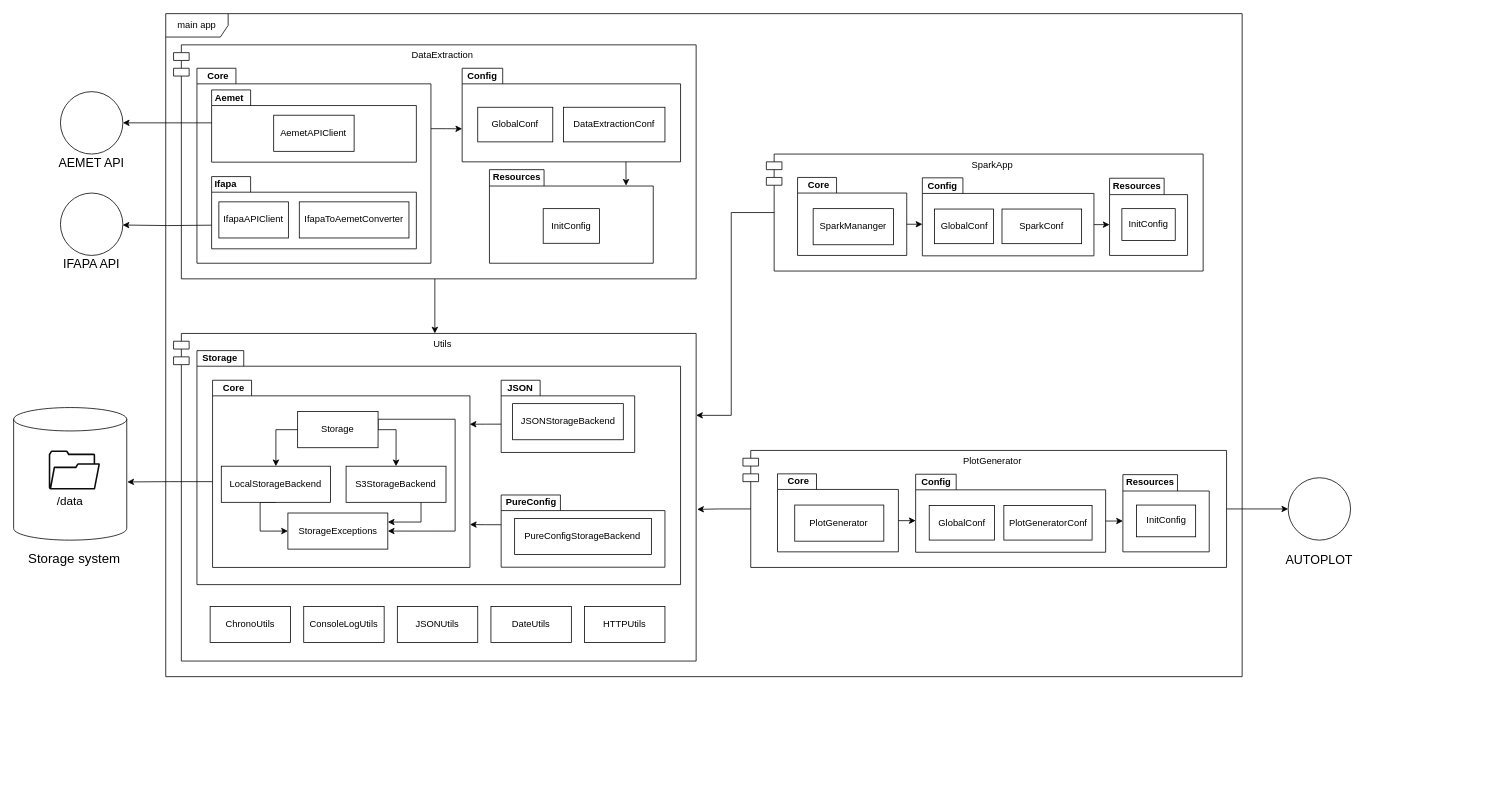
Before: big-data-core/documentation/plantuml/global/general_components.drawio in cfkr-dev/aemet_spark_study, a draw.io diagram. Source tidied: cells renumbered, new cells numbered last; positions are measured from the earlier drawing's top-left corner, leaving out a move shared by most shapes. Both pictures are drawn from the tidied source at 78%, with x=0, y=0 at pixel (13, 13).
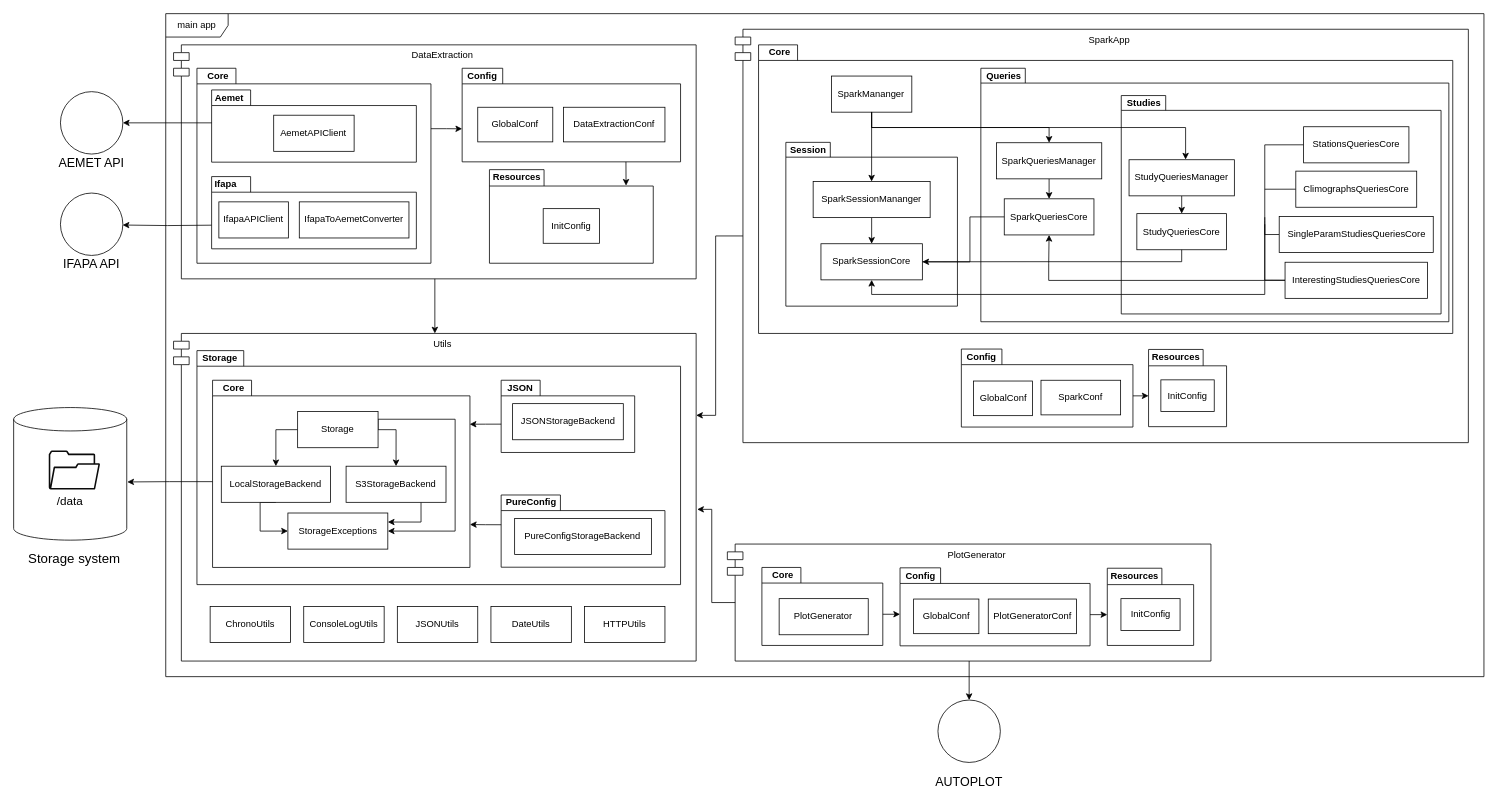
The same page after the edit.

The change refers to these unchanged cells:
```xml
<mxCell id="34" value="PlotGenerator" style="shape=module;align=left;spacingLeft=20;align=center;verticalAlign=top;whiteSpace=wrap;html=1;" parent="33" vertex="1">
  <mxGeometry width="620" height="150" as="geometry" />
</mxCell>
<mxCell id="45" value="Utils" style="shape=module;align=left;spacingLeft=20;align=center;verticalAlign=top;whiteSpace=wrap;html=1;" parent="1" vertex="1">
  <mxGeometry x="205" y="410" width="670" height="420" as="geometry" />
</mxCell>
```

Change to the diagram source:
```diff
@@
     <mxCell id="2" value="main app" style="shape=umlFrame;whiteSpace=wrap;html=1;width=80;height=30;" parent="1" vertex="1">
-      <mxGeometry x="195" width="1380" height="850" as="geometry" />
+      <mxGeometry x="195" width="1690" height="850" as="geometry" />
     </mxCell>
@@
-    <mxCell id="21" style="group;" parent="1" vertex="1">
-      <mxGeometry x="965" y="180" width="560" height="150" as="geometry" />
-    </mxCell>
-    <mxCell id="22" value="SparkApp" style="shape=module;align=left;spacingLeft=20;align=center;verticalAlign=top;whiteSpace=wrap;html=1;" parent="21" vertex="1">
-      <mxGeometry width="560" height="150" as="geometry" />
-    </mxCell>
-    <mxCell id="23" style="group;" parent="21" vertex="1">
-      <mxGeometry x="200" y="20.5" width="220" height="120" as="geometry" />
-    </mxCell>
-    <mxCell id="24" value="Config" style="shape=folder;fontStyle=1;spacingTop=10;tabWidth=52;tabHeight=20;tabPosition=left;html=1;whiteSpace=wrap;labelPosition=left;verticalLabelPosition=top;align=right;verticalAlign=bottom;spacingLeft=0;spacingBottom=-19;spacingRight=-47;" parent="23" vertex="1">
-      <mxGeometry y="10" width="220" height="100" as="geometry" />
-    </mxCell>
-    <mxCell id="25" value="GlobalConf" style="html=1;whiteSpace=wrap;" parent="23" vertex="1">
-      <mxGeometry x="15.7" y="50" width="75.6" height="44.4" as="geometry" />
-    </mxCell>
-    <mxCell id="26" value="SparkConf" style="html=1;whiteSpace=wrap;" parent="23" vertex="1">
-      <mxGeometry x="102.1" y="50" width="102.1" height="44.4" as="geometry" />
-    </mxCell>
-    <mxCell id="27" value="Core" style="shape=folder;fontStyle=1;spacingTop=10;tabWidth=50;tabHeight=20;tabPosition=left;html=1;whiteSpace=wrap;labelPosition=left;verticalLabelPosition=top;align=right;verticalAlign=bottom;spacingLeft=0;spacingBottom=-19;spacingRight=-43;" parent="21" vertex="1">
-      <mxGeometry x="40" y="30" width="140" height="100" as="geometry" />
-    </mxCell>
-    <mxCell id="28" value="SparkMananger" style="html=1;whiteSpace=wrap;" parent="21" vertex="1">
-      <mxGeometry x="60" y="70" width="103.1" height="46.3" as="geometry" />
-    </mxCell>
-    <mxCell id="29" value="Resources" style="shape=folder;fontStyle=1;spacingTop=10;tabWidth=70;tabHeight=21;tabPosition=left;html=1;whiteSpace=wrap;labelPosition=left;verticalLabelPosition=top;align=right;verticalAlign=bottom;spacingLeft=0;spacingBottom=-19;spacingRight=-68;" parent="21" vertex="1">
-      <mxGeometry x="440" y="31" width="100" height="99" as="geometry" />
-    </mxCell>
-    <mxCell id="30" value="InitConfig" style="html=1;whiteSpace=wrap;" parent="21" vertex="1">
-      <mxGeometry x="455.8" y="70" width="68.4" height="40.7" as="geometry" />
-    </mxCell>
-    <mxCell id="31" style="edgeStyle=orthogonalEdgeStyle;rounded=0;jettySize=auto;html=1;exitX=0;exitY=0;exitDx=140;exitDy=60;exitPerimeter=0;entryX=0;entryY=0;entryDx=0;entryDy=60;entryPerimeter=0;" parent="21" edge="1" source="27" target="24">
-      <mxGeometry relative="1" as="geometry" />
-    </mxCell>
-    <mxCell id="32" style="edgeStyle=orthogonalEdgeStyle;rounded=0;jettySize=auto;html=1;exitX=0;exitY=0;exitDx=220;exitDy=60;exitPerimeter=0;entryX=0;entryY=0;entryDx=0;entryDy=60;entryPerimeter=0;" parent="21" edge="1" source="24" target="29">
-      <mxGeometry relative="1" as="geometry" />
-    </mxCell>
     <mxCell id="33" style="group;" parent="1" vertex="1">
-      <mxGeometry x="935" y="560" width="620" height="150" as="geometry" />
+      <mxGeometry x="915" y="680" width="620" height="150" as="geometry" />
     </mxCell>
@@
-    <mxCell id="73" style="edgeStyle=orthogonalEdgeStyle;rounded=0;jettySize=auto;html=1;exitX=0;exitY=0.5;exitDx=10;exitDy=0;exitPerimeter=0;entryX=1;entryY=0.25;entryDx=0;entryDy=0;" parent="1" edge="1" source="22" target="45">
-      <mxGeometry relative="1" as="geometry" />
-    </mxCell>
@@
     <mxCell id="78" style="ellipse;whiteSpace=wrap;html=1;" parent="1" vertex="1">
-      <mxGeometry x="1634" y="595" width="80" height="80" as="geometry" />
+      <mxGeometry x="1185" y="880" width="80" height="80" as="geometry" />
     </mxCell>
     <mxCell id="79" value="AUTOPLOT" style="text;html=1;whiteSpace=wrap;strokeColor=none;fillColor=none;align=center;verticalAlign=middle;rounded=0;fontSize=16;" parent="1" vertex="1">
-      <mxGeometry x="1629" y="685" width="90" height="30" as="geometry" />
+      <mxGeometry x="1180" y="970" width="90" height="30" as="geometry" />
     </mxCell>
-    <mxCell id="80" style="edgeStyle=orthogonalEdgeStyle;rounded=0;jettySize=auto;html=1;exitX=1;exitY=0.5;exitDx=0;exitDy=0;entryX=0;entryY=0.5;entryDx=0;entryDy=0;" parent="1" edge="1" source="34" target="78">
-      <mxGeometry relative="1" as="geometry" />
-    </mxCell>
@@
+    <mxCell id="73" style="edgeStyle=orthogonalEdgeStyle;rounded=0;jettySize=auto;html=1;exitX=0;exitY=0.5;exitDx=10;exitDy=0;exitPerimeter=0;entryX=1;entryY=0.25;entryDx=0;entryDy=0;" parent="1" edge="1" source="22" target="45">
+      <mxGeometry relative="1" as="geometry" />
+    </mxCell>
+    <mxCell id="22" value="SparkApp" style="shape=module;align=left;spacingLeft=20;align=center;verticalAlign=top;whiteSpace=wrap;html=1;" parent="1" vertex="1">
+      <mxGeometry x="925" y="20" width="940" height="530" as="geometry" />
+    </mxCell>
+    <mxCell id="88" style="group;" parent="1" vertex="1">
+      <mxGeometry x="1215" y="420" width="220" height="120" as="geometry" />
+    </mxCell>
+    <mxCell id="24" value="Config" style="shape=folder;fontStyle=1;spacingTop=10;tabWidth=52;tabHeight=20;tabPosition=left;html=1;whiteSpace=wrap;labelPosition=left;verticalLabelPosition=top;align=right;verticalAlign=bottom;spacingLeft=0;spacingBottom=-19;spacingRight=-47;" parent="88" vertex="1">
+      <mxGeometry y="10" width="220" height="100" as="geometry" />
+    </mxCell>
+    <mxCell id="25" value="GlobalConf" style="html=1;whiteSpace=wrap;" parent="88" vertex="1">
+      <mxGeometry x="15.7" y="51" width="75.6" height="44.4" as="geometry" />
+    </mxCell>
+    <mxCell id="26" value="SparkConf" style="html=1;whiteSpace=wrap;" parent="88" vertex="1">
+      <mxGeometry x="102.1" y="50" width="102.1" height="44.4" as="geometry" />
+    </mxCell>
+    <mxCell id="29" value="Resources" style="shape=folder;fontStyle=1;spacingTop=10;tabWidth=70;tabHeight=21;tabPosition=left;html=1;whiteSpace=wrap;labelPosition=left;verticalLabelPosition=top;align=right;verticalAlign=bottom;spacingLeft=0;spacingBottom=-19;spacingRight=-68;" parent="1" vertex="1">
+      <mxGeometry x="1455" y="430.5" width="100" height="99" as="geometry" />
+    </mxCell>
+    <mxCell id="30" value="InitConfig" style="html=1;whiteSpace=wrap;" parent="1" vertex="1">
+      <mxGeometry x="1470.8" y="469.5" width="68.4" height="40.7" as="geometry" />
+    </mxCell>
+    <mxCell id="32" style="edgeStyle=orthogonalEdgeStyle;rounded=0;jettySize=auto;html=1;exitX=0;exitY=0;exitDx=220;exitDy=60;exitPerimeter=0;entryX=0;entryY=0;entryDx=0;entryDy=60;entryPerimeter=0;" parent="1" edge="1" source="24" target="29">
+      <mxGeometry relative="1" as="geometry" />
+    </mxCell>
+    <mxCell id="89" style="group;" parent="1" vertex="1">
+      <mxGeometry x="955" y="40" width="890" height="370" as="geometry" />
+    </mxCell>
+    <mxCell id="27" value="Core" style="shape=folder;fontStyle=1;spacingTop=10;tabWidth=50;tabHeight=20;tabPosition=left;html=1;whiteSpace=wrap;labelPosition=left;verticalLabelPosition=top;align=right;verticalAlign=bottom;spacingLeft=0;spacingBottom=-19;spacingRight=-43;" parent="89" vertex="1">
+      <mxGeometry width="890" height="370" as="geometry" />
+    </mxCell>
+    <mxCell id="28" value="SparkMananger" style="html=1;whiteSpace=wrap;" parent="89" vertex="1">
+      <mxGeometry x="93.4" y="40" width="103.1" height="46.3" as="geometry" />
+    </mxCell>
+    <mxCell id="90" style="group;" parent="89" vertex="1">
+      <mxGeometry x="35" y="145" width="220" height="190" as="geometry" />
+    </mxCell>
+    <mxCell id="91" value="Session" style="shape=folder;fontStyle=1;spacingTop=10;tabWidth=57;tabHeight=19;tabPosition=left;html=1;whiteSpace=wrap;labelPosition=left;verticalLabelPosition=top;align=right;verticalAlign=bottom;spacingLeft=0;spacingBottom=-19;spacingRight=-54;" parent="90" vertex="1">
+      <mxGeometry y="-20" width="220" height="210" as="geometry" />
+    </mxCell>
+    <mxCell id="92" value="SparkSessionCore" style="html=1;whiteSpace=wrap;" parent="90" vertex="1">
+      <mxGeometry x="45" y="110" width="130" height="46.3" as="geometry" />
+    </mxCell>
+    <mxCell id="93" style="edgeStyle=orthogonalEdgeStyle;rounded=0;jettySize=auto;html=1;exitX=0.5;exitY=1;exitDx=0;exitDy=0;entryX=0.5;entryY=0;entryDx=0;entryDy=0;" parent="90" edge="1" source="94" target="92">
+      <mxGeometry relative="1" as="geometry" />
+    </mxCell>
+    <mxCell id="94" value="SparkSessionMananger" style="html=1;whiteSpace=wrap;" parent="90" vertex="1">
+      <mxGeometry x="35" y="30.2" width="150" height="46.3" as="geometry" />
+    </mxCell>
+    <mxCell id="95" value="Queries" style="shape=folder;fontStyle=1;spacingTop=10;tabWidth=57;tabHeight=19;tabPosition=left;html=1;whiteSpace=wrap;labelPosition=left;verticalLabelPosition=top;align=right;verticalAlign=bottom;spacingLeft=0;spacingBottom=-19;spacingRight=-54;" parent="89" vertex="1">
+      <mxGeometry x="285" y="30" width="600" height="325" as="geometry" />
+    </mxCell>
+    <mxCell id="96" value="Studies" style="shape=folder;fontStyle=1;spacingTop=10;tabWidth=57;tabHeight=19;tabPosition=left;html=1;whiteSpace=wrap;labelPosition=left;verticalLabelPosition=top;align=right;verticalAlign=bottom;spacingLeft=0;spacingBottom=-19;spacingRight=-53;" parent="89" vertex="1">
+      <mxGeometry x="465" y="65" width="410" height="280" as="geometry" />
+    </mxCell>
+    <mxCell id="97" value="SparkQueriesCore" style="html=1;whiteSpace=wrap;" parent="89" vertex="1">
+      <mxGeometry x="315" y="197.4" width="115" height="46.3" as="geometry" />
+    </mxCell>
+    <mxCell id="98" style="edgeStyle=orthogonalEdgeStyle;rounded=0;jettySize=auto;html=1;exitX=0.5;exitY=1;exitDx=0;exitDy=0;entryX=0.5;entryY=0;entryDx=0;entryDy=0;" parent="89" edge="1" source="99" target="97">
+      <mxGeometry relative="1" as="geometry" />
+    </mxCell>
+    <mxCell id="99" value="SparkQueriesManager" style="html=1;whiteSpace=wrap;" parent="89" vertex="1">
+      <mxGeometry x="305" y="125.5" width="135" height="46.3" as="geometry" />
+    </mxCell>
+    <mxCell id="100" value="StudyQueriesCore" style="html=1;whiteSpace=wrap;" parent="89" vertex="1">
+      <mxGeometry x="485" y="216.4" width="115" height="46.3" as="geometry" />
+    </mxCell>
+    <mxCell id="101" style="edgeStyle=orthogonalEdgeStyle;rounded=0;jettySize=auto;html=1;exitX=0.5;exitY=1;exitDx=0;exitDy=0;entryX=0.5;entryY=0;entryDx=0;entryDy=0;" parent="89" edge="1" source="102" target="100">
+      <mxGeometry relative="1" as="geometry" />
+    </mxCell>
+    <mxCell id="102" value="StudyQueriesManager" style="html=1;whiteSpace=wrap;" parent="89" vertex="1">
+      <mxGeometry x="475" y="147.3" width="135" height="46.3" as="geometry" />
+    </mxCell>
+    <mxCell id="103" style="edgeStyle=orthogonalEdgeStyle;rounded=0;jettySize=auto;html=1;exitX=0;exitY=0.5;exitDx=0;exitDy=0;entryX=0.5;entryY=1;entryDx=0;entryDy=0;endArrow=classic;endFill=1;flowAnimation=0;" parent="89" edge="1" source="104" target="97">
+      <mxGeometry relative="1" as="geometry">
+        <Array as="points">
+          <mxPoint x="649" y="128" />
+          <mxPoint x="649" y="302" />
+          <mxPoint x="372" y="302" />
+          <mxPoint x="372" y="280" />
+          <mxPoint x="372" y="280" />
+        </Array>
+      </mxGeometry>
+    </mxCell>
+    <mxCell id="104" value="StationsQueriesCore" style="html=1;whiteSpace=wrap;" parent="89" vertex="1">
+      <mxGeometry x="698.8" y="105" width="135" height="46.3" as="geometry" />
+    </mxCell>
+    <mxCell id="105" style="edgeStyle=orthogonalEdgeStyle;rounded=0;jettySize=auto;html=1;exitX=0;exitY=0.5;exitDx=0;exitDy=0;endArrow=none;endFill=0;" parent="89" edge="1" source="106">
+      <mxGeometry relative="1" as="geometry">
+        <mxPoint x="649" y="185" as="targetPoint" />
+      </mxGeometry>
+    </mxCell>
+    <mxCell id="106" value="ClimographsQueriesCore" style="html=1;whiteSpace=wrap;" parent="89" vertex="1">
+      <mxGeometry x="688.8" y="161.9" width="155" height="46.3" as="geometry" />
+    </mxCell>
+    <mxCell id="107" style="edgeStyle=orthogonalEdgeStyle;rounded=0;jettySize=auto;html=1;exitX=0;exitY=0.5;exitDx=0;exitDy=0;endArrow=none;endFill=0;" parent="89" edge="1" source="108">
+      <mxGeometry relative="1" as="geometry">
+        <mxPoint x="649" y="221" as="targetPoint" />
+        <Array as="points">
+          <mxPoint x="649" y="243" />
+          <mxPoint x="649" y="225" />
+        </Array>
+      </mxGeometry>
+    </mxCell>
+    <mxCell id="108" value="SingleParamStudiesQueriesCore" style="html=1;whiteSpace=wrap;" parent="89" vertex="1">
+      <mxGeometry x="667.5" y="220" width="197.5" height="46.3" as="geometry" />
+    </mxCell>
+    <mxCell id="109" style="edgeStyle=orthogonalEdgeStyle;rounded=0;jettySize=auto;html=1;exitX=0;exitY=0.5;exitDx=0;exitDy=0;endArrow=none;endFill=0;" parent="89" edge="1" source="111">
+      <mxGeometry relative="1" as="geometry">
+        <mxPoint x="649" y="230" as="targetPoint" />
+        <Array as="points">
+          <mxPoint x="649" y="302" />
+          <mxPoint x="649" y="235" />
+        </Array>
+      </mxGeometry>
+    </mxCell>
+    <mxCell id="110" style="edgeStyle=orthogonalEdgeStyle;rounded=0;jettySize=auto;html=1;exitX=0;exitY=0.5;exitDx=0;exitDy=0;endArrow=classic;endFill=1;entryX=0.5;entryY=1;entryDx=0;entryDy=0;" parent="89" edge="1" source="111" target="92">
+      <mxGeometry relative="1" as="geometry">
+        <Array as="points">
+          <mxPoint x="649" y="302" />
+          <mxPoint x="649" y="320" />
+          <mxPoint x="145" y="320" />
+        </Array>
+      </mxGeometry>
+    </mxCell>
+    <mxCell id="111" value="InterestingStudiesQueriesCore" style="html=1;whiteSpace=wrap;" parent="89" vertex="1">
+      <mxGeometry x="675" y="278.7" width="182.5" height="46.3" as="geometry" />
+    </mxCell>
+    <mxCell id="112" style="edgeStyle=orthogonalEdgeStyle;rounded=0;jettySize=auto;html=1;exitX=0;exitY=0.5;exitDx=0;exitDy=0;entryX=1;entryY=0.5;entryDx=0;entryDy=0;" parent="89" edge="1" source="97" target="92">
+      <mxGeometry relative="1" as="geometry">
+        <Array as="points">
+          <mxPoint x="271" y="220" />
+          <mxPoint x="271" y="278" />
+        </Array>
+      </mxGeometry>
+    </mxCell>
+    <mxCell id="113" style="edgeStyle=orthogonalEdgeStyle;rounded=0;jettySize=auto;html=1;exitX=0.5;exitY=1;exitDx=0;exitDy=0;entryX=1;entryY=0.5;entryDx=0;entryDy=0;endArrow=none;endFill=0;" parent="89" edge="1" source="100" target="92">
+      <mxGeometry relative="1" as="geometry">
+        <Array as="points">
+          <mxPoint x="542" y="278" />
+          <mxPoint x="348" y="278" />
+        </Array>
+      </mxGeometry>
+    </mxCell>
+    <mxCell id="114" style="edgeStyle=orthogonalEdgeStyle;rounded=0;jettySize=auto;html=1;exitX=0.5;exitY=1;exitDx=0;exitDy=0;" parent="89" edge="1" source="28" target="94">
+      <mxGeometry relative="1" as="geometry" />
+    </mxCell>
+    <mxCell id="115" style="edgeStyle=orthogonalEdgeStyle;rounded=0;orthogonalLoop=1;jettySize=auto;html=1;entryX=0.5;entryY=0;entryDx=0;entryDy=0;" parent="89" edge="1">
+      <mxGeometry relative="1" as="geometry">
+        <mxPoint x="145" y="86" as="sourcePoint" />
+        <mxPoint x="547.5" y="147" as="targetPoint" />
+        <Array as="points">
+          <mxPoint x="145" y="86" />
+          <mxPoint x="145" y="106" />
+          <mxPoint x="548" y="106" />
+        </Array>
+      </mxGeometry>
+    </mxCell>
+    <mxCell id="116" style="edgeStyle=orthogonalEdgeStyle;rounded=0;jettySize=auto;html=1;exitX=0.5;exitY=1;exitDx=0;exitDy=0;entryX=0.5;entryY=0;entryDx=0;entryDy=0;" parent="89" edge="1" source="28" target="99">
+      <mxGeometry relative="1" as="geometry">
+        <Array as="points">
+          <mxPoint x="145" y="106" />
+          <mxPoint x="372" y="106" />
+        </Array>
+      </mxGeometry>
+    </mxCell>
+    <mxCell id="80" style="edgeStyle=orthogonalEdgeStyle;rounded=0;jettySize=auto;html=1;exitX=0.5;exitY=1;exitDx=0;exitDy=0;entryX=0.5;entryY=0;entryDx=0;entryDy=0;" parent="1" edge="1" source="34" target="78">
+      <mxGeometry relative="1" as="geometry" />
+    </mxCell>
```
